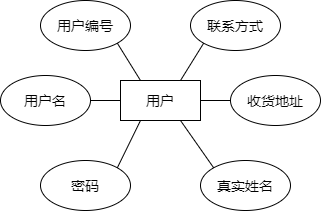
jpl007/HelloGit keeps this draw.io diagram as E-R图11111.png. Above is the earlier version. Source tidied: cells renumbered, new cells last; positions are measured from the earlier drawing's top-left corner, leaving out a move shared by most shapes.
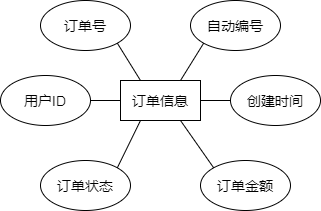
Later version of the same file.

Diff of the diagram source:
```diff
@@ -2,19 +2,19 @@
   <root>
     <mxCell id="0" />
     <mxCell id="1" parent="0" />
-    <mxCell id="2" value="&lt;span style=&quot;font-size: 14px&quot;&gt;用户&lt;/span&gt;" style="rounded=0;whiteSpace=wrap;html=1;" parent="1" vertex="1">
+    <mxCell id="2" value="&lt;span style=&quot;font-size: 14px&quot;&gt;订单信息&lt;/span&gt;" style="rounded=0;whiteSpace=wrap;html=1;" parent="1" vertex="1">
       <mxGeometry x="120" y="80" width="80" height="40" as="geometry" />
     </mxCell>
-    <mxCell id="3" value="&lt;font style=&quot;font-size: 14px&quot;&gt;真实姓名&lt;/font&gt;" style="ellipse;whiteSpace=wrap;html=1;" parent="1" vertex="1">
+    <mxCell id="3" value="&lt;font style=&quot;font-size: 14px&quot;&gt;订单金额&lt;/font&gt;" style="ellipse;whiteSpace=wrap;html=1;" parent="1" vertex="1">
       <mxGeometry x="200" y="160" width="90" height="50" as="geometry" />
     </mxCell>
-    <mxCell id="4" value="&lt;font style=&quot;font-size: 14px&quot;&gt;用户编号&lt;/font&gt;" style="ellipse;whiteSpace=wrap;html=1;" parent="1" vertex="1">
+    <mxCell id="4" value="&lt;font style=&quot;font-size: 14px&quot;&gt;订单号&lt;/font&gt;" style="ellipse;whiteSpace=wrap;html=1;" parent="1" vertex="1">
       <mxGeometry x="40" width="90" height="50" as="geometry" />
     </mxCell>
-    <mxCell id="5" value="&lt;font style=&quot;font-size: 14px&quot;&gt;密码&lt;/font&gt;" style="ellipse;whiteSpace=wrap;html=1;" parent="1" vertex="1">
+    <mxCell id="5" value="&lt;font style=&quot;font-size: 14px&quot;&gt;订单状态&lt;/font&gt;" style="ellipse;whiteSpace=wrap;html=1;" parent="1" vertex="1">
       <mxGeometry x="40" y="160" width="90" height="50" as="geometry" />
     </mxCell>
-    <mxCell id="6" value="&lt;font style=&quot;font-size: 14px&quot;&gt;联系方式&lt;/font&gt;" style="ellipse;whiteSpace=wrap;html=1;" parent="1" vertex="1">
+    <mxCell id="6" value="&lt;font style=&quot;font-size: 14px&quot;&gt;自动编号&lt;/font&gt;" style="ellipse;whiteSpace=wrap;html=1;" parent="1" vertex="1">
       <mxGeometry x="190" width="90" height="50" as="geometry" />
     </mxCell>
     <mxCell id="7" style="endArrow=none;html=1;entryX=1;entryY=1;entryDx=0;entryDy=0;exitX=0.25;exitY=0;exitDx=0;exitDy=0;" parent="1" edge="1" source="2" target="4">
@@ -29,10 +29,10 @@
     <mxCell id="10" style="endArrow=none;html=1;entryX=0.25;entryY=1;entryDx=0;entryDy=0;exitX=1;exitY=0;exitDx=0;exitDy=0;" parent="1" edge="1" source="5" target="2">
       <mxGeometry relative="1" as="geometry" />
     </mxCell>
-    <mxCell id="11" value="&lt;font style=&quot;font-size: 14px&quot;&gt;用户名&lt;/font&gt;" style="ellipse;whiteSpace=wrap;html=1;" parent="1" vertex="1">
+    <mxCell id="11" value="&lt;font style=&quot;font-size: 14px&quot;&gt;用户ID&lt;/font&gt;" style="ellipse;whiteSpace=wrap;html=1;" parent="1" vertex="1">
       <mxGeometry y="75" width="90" height="50" as="geometry" />
     </mxCell>
-    <mxCell id="12" value="&lt;font style=&quot;font-size: 14px&quot;&gt;收货地址&lt;/font&gt;" style="ellipse;whiteSpace=wrap;html=1;" parent="1" vertex="1">
+    <mxCell id="12" value="&lt;span style=&quot;font-size: 14px&quot;&gt;创建时间&lt;/span&gt;" style="ellipse;whiteSpace=wrap;html=1;" parent="1" vertex="1">
       <mxGeometry x="230" y="75" width="90" height="50" as="geometry" />
     </mxCell>
     <mxCell id="13" style="endArrow=none;html=1;exitX=1;exitY=0.5;exitDx=0;exitDy=0;entryX=0;entryY=0.5;entryDx=0;entryDy=0;" parent="1" edge="1" source="2" target="12">
```
